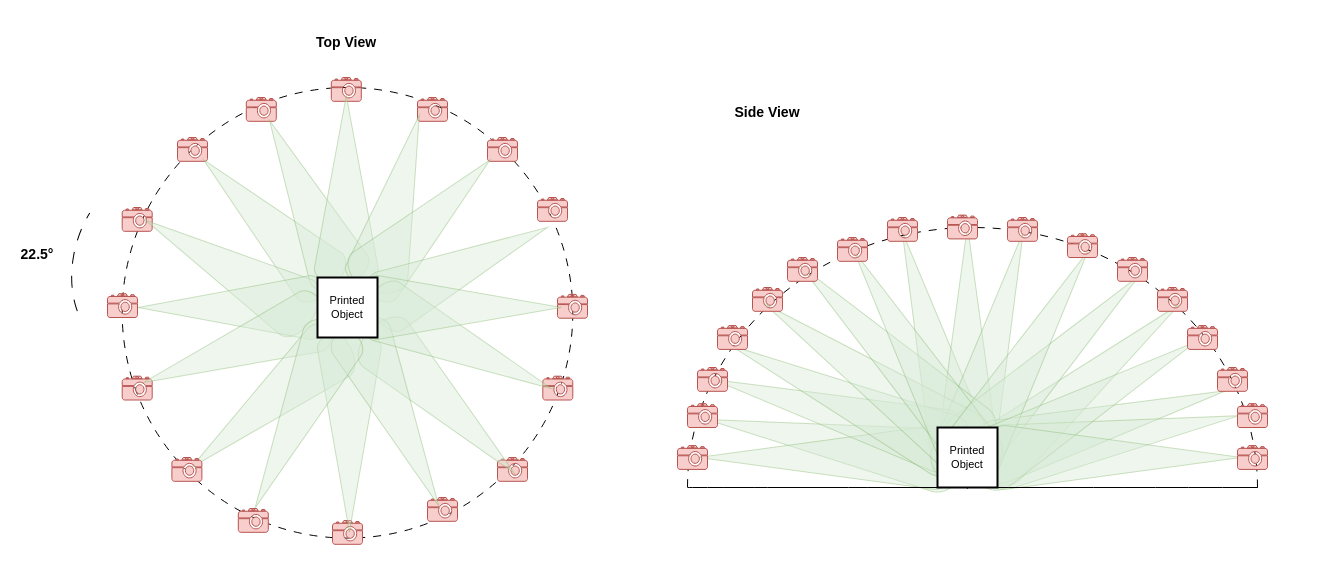
Earlier version of the draw.io diagram CAMERA POSES.drawio (jameswalter12/MEng-Project-). Source tidied: cells renumbered, new cells numbered last; positions are measured from the earlier drawing's top-left corner, leaving out a move shared by most shapes. Both pictures are drawn from the tidied source at 100%, with x=0, y=0 at pixel (17, 27).
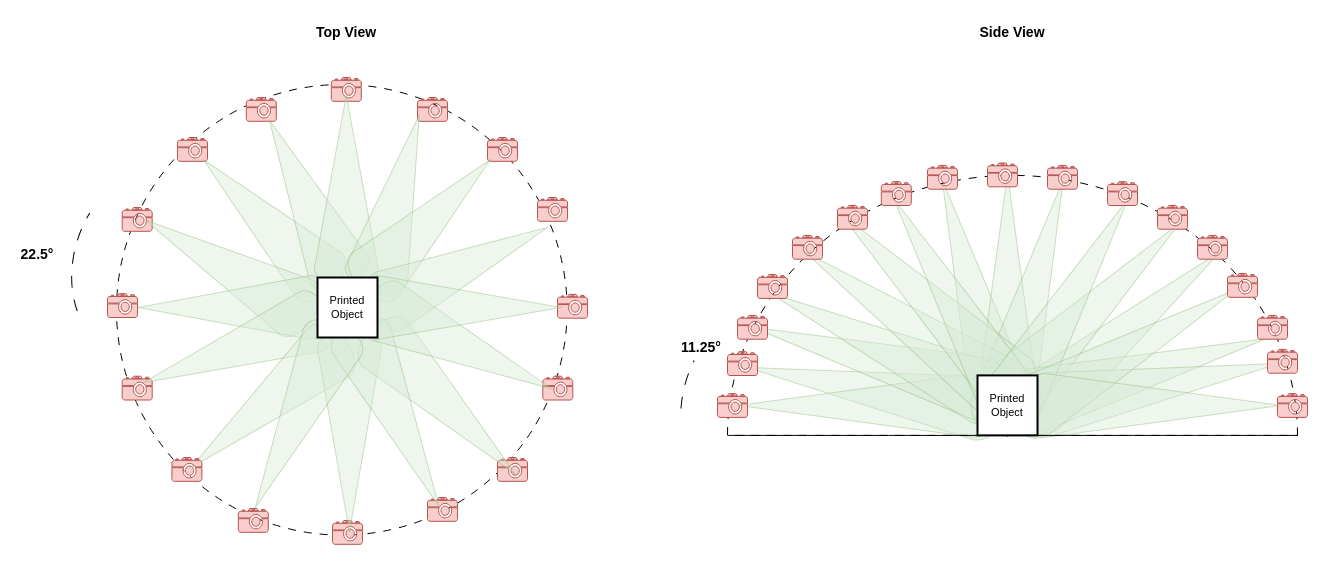
The same page after the edit.

Change to the diagram source:
```diff
@@
-    <mxCell id="2" style="verticalLabelPosition=bottom;verticalAlign=top;html=1;shape=mxgraph.basic.cone2;dx=0.5;dy=0.9;rotation=-80;fillColor=#d5e8d4;strokeColor=#82b366;opacity=40;" parent="1" vertex="1">
-      <mxGeometry x="786.2" y="283.8" width="63.8" height="261.7" as="geometry" />
-    </mxCell>
-    <mxCell id="3" style="verticalLabelPosition=bottom;verticalAlign=top;html=1;shape=mxgraph.basic.cone2;dx=0.5;dy=0.9;rotation=50;fillColor=#d5e8d4;strokeColor=#82b366;opacity=40;" parent="1" vertex="1">
-      <mxGeometry x="1030" y="230" width="63.8" height="261.7" as="geometry" />
-    </mxCell>
-    <mxCell id="4" style="verticalLabelPosition=bottom;verticalAlign=top;html=1;shape=mxgraph.basic.cone2;dx=0.5;dy=0.9;rotation=-15;fillColor=#d5e8d4;strokeColor=#82b366;opacity=40;" parent="1" vertex="1">
-      <mxGeometry x="886.8" y="200" width="63.8" height="261.7" as="geometry" />
-    </mxCell>
-    <mxCell id="5" style="verticalLabelPosition=bottom;verticalAlign=top;html=1;shape=mxgraph.basic.cone2;dx=0.5;dy=0.9;rotation=0;fillColor=#d5e8d4;strokeColor=#82b366;opacity=40;" parent="1" vertex="1">
-      <mxGeometry x="918.1" y="198.3" width="63.8" height="261.7" as="geometry" />
-    </mxCell>
-    <mxCell id="6" style="verticalLabelPosition=bottom;verticalAlign=top;html=1;shape=mxgraph.basic.cone2;dx=0.5;dy=0.9;rotation=-90;fillColor=#d5e8d4;strokeColor=#82b366;opacity=40;" parent="1" vertex="1">
-      <mxGeometry x="780" y="299.1" width="63.8" height="261.7" as="geometry" />
-    </mxCell>
-    <mxCell id="7" style="verticalLabelPosition=bottom;verticalAlign=top;html=1;shape=mxgraph.basic.cone2;dx=0.5;dy=0.9;rotation=-75;fillColor=#d5e8d4;strokeColor=#82b366;opacity=40;" parent="1" vertex="1">
-      <mxGeometry x="790" y="255" width="63.8" height="261.7" as="geometry" />
-    </mxCell>
-    <mxCell id="8" style="verticalLabelPosition=bottom;verticalAlign=top;html=1;shape=mxgraph.basic.cone2;dx=0.5;dy=0.9;rotation=15;fillColor=#d5e8d4;strokeColor=#82b366;opacity=40;" parent="1" vertex="1">
-      <mxGeometry x="940" y="200" width="63.8" height="261.7" as="geometry" />
-    </mxCell>
-    <mxCell id="9" style="verticalLabelPosition=bottom;verticalAlign=top;html=1;shape=mxgraph.basic.cone2;dx=0.5;dy=0.9;rotation=45;fillColor=#d5e8d4;strokeColor=#82b366;opacity=40;" parent="1" vertex="1">
-      <mxGeometry x="997.1" y="210" width="63.8" height="261.7" as="geometry" />
-    </mxCell>
-    <mxCell id="10" style="verticalLabelPosition=bottom;verticalAlign=top;html=1;shape=mxgraph.basic.cone2;dx=0.5;dy=0.9;rotation=75;fillColor=#d5e8d4;strokeColor=#82b366;opacity=40;" parent="1" vertex="1">
-      <mxGeometry x="1050" y="266.3" width="63.8" height="261.7" as="geometry" />
-    </mxCell>
-    <mxCell id="11" style="verticalLabelPosition=bottom;verticalAlign=top;html=1;shape=mxgraph.basic.cone2;dx=0.5;dy=0.9;rotation=80;fillColor=#d5e8d4;strokeColor=#82b366;opacity=40;" parent="1" vertex="1">
-      <mxGeometry x="1060.9" y="280" width="63.8" height="261.7" as="geometry" />
-    </mxCell>
-    <mxCell id="12" style="verticalLabelPosition=bottom;verticalAlign=top;html=1;shape=mxgraph.basic.cone2;dx=0.5;dy=0.9;rotation=-65;fillColor=#d5e8d4;strokeColor=#82b366;opacity=40;" parent="1" vertex="1">
-      <mxGeometry x="800" y="242.5" width="63.8" height="261.7" as="geometry" />
-    </mxCell>
-    <mxCell id="13" style="verticalLabelPosition=bottom;verticalAlign=top;html=1;shape=mxgraph.basic.cone2;dx=0.5;dy=0.9;rotation=-55;fillColor=#d5e8d4;strokeColor=#82b366;opacity=40;" parent="1" vertex="1">
-      <mxGeometry x="823" y="221" width="63.8" height="261.7" as="geometry" />
-    </mxCell>
-    <mxCell id="14" style="verticalLabelPosition=bottom;verticalAlign=top;html=1;shape=mxgraph.basic.cone2;dx=0.5;dy=0.9;rotation=-45;fillColor=#d5e8d4;strokeColor=#82b366;opacity=40;" parent="1" vertex="1">
-      <mxGeometry x="843.7" y="200" width="63.8" height="261.7" as="geometry" />
-    </mxCell>
-    <mxCell id="15" style="verticalLabelPosition=bottom;verticalAlign=top;html=1;shape=mxgraph.basic.cone2;dx=0.5;dy=0.9;rotation=-30;fillColor=#d5e8d4;strokeColor=#82b366;opacity=40;" parent="1" vertex="1">
-      <mxGeometry x="870" y="206.2" width="63.8" height="261.7" as="geometry" />
-    </mxCell>
-    <mxCell id="16" style="verticalLabelPosition=bottom;verticalAlign=top;html=1;shape=mxgraph.basic.cone2;dx=0.5;dy=0.9;rotation=30;fillColor=#d5e8d4;strokeColor=#82b366;opacity=40;" parent="1" vertex="1">
-      <mxGeometry x="973.1" y="206.3" width="63.8" height="261.7" as="geometry" />
-    </mxCell>
-    <mxCell id="17" style="verticalLabelPosition=bottom;verticalAlign=top;html=1;shape=mxgraph.basic.cone2;dx=0.5;dy=0.9;rotation=60;fillColor=#d5e8d4;strokeColor=#82b366;opacity=40;" parent="1" vertex="1">
-      <mxGeometry x="1033.1" y="248.9" width="63.8" height="261.7" as="geometry" />
-    </mxCell>
-    <mxCell id="18" style="verticalLabelPosition=bottom;verticalAlign=top;html=1;shape=mxgraph.basic.half_circle;rotation=-180;fillColor=none;dashed=1;dashPattern=8 8;" parent="1" vertex="1">
-      <mxGeometry x="670" y="200" width="570" height="260" as="geometry" />
-    </mxCell>
-    <mxCell id="19" style="verticalLabelPosition=bottom;verticalAlign=top;html=1;shape=mxgraph.basic.cone2;dx=0.5;dy=0.9;rotation=90;fillColor=#d5e8d4;strokeColor=#82b366;opacity=40;" parent="1" vertex="1">
-      <mxGeometry x="1060.9" y="299.1" width="63.8" height="261.7" as="geometry" />
-    </mxCell>
     <mxCell id="20" value="Side View" style="text;html=1;strokeColor=none;fillColor=none;align=center;verticalAlign=middle;whiteSpace=wrap;rounded=0;fontStyle=1;fontSize=14;" parent="1" vertex="1">
-      <mxGeometry x="650" y="70" width="200" height="30" as="geometry" />
+      <mxGeometry x="895" y="-10" width="200" height="30" as="geometry" />
     </mxCell>
@@
     <mxCell id="22" style="ellipse;whiteSpace=wrap;html=1;fillColor=none;dashed=1;dashPattern=8 8;" parent="1" vertex="1">
-      <mxGeometry x="104.7" y="60" width="450.6" height="450.6" as="geometry" />
+      <mxGeometry x="99" y="57" width="450.6" height="450.6" as="geometry" />
     </mxCell>
     <mxCell id="23" value="Top View" style="text;html=1;strokeColor=none;fillColor=none;align=center;verticalAlign=middle;whiteSpace=wrap;rounded=0;fontStyle=1;fontSize=14;" parent="1" vertex="1">
-      <mxGeometry x="228.8" width="200" height="30" as="geometry" />
+      <mxGeometry x="228.7" y="-10" width="200" height="30" as="geometry" />
     </mxCell>
@@
+    <mxCell id="81" style="group;" parent="1" vertex="1">
+      <mxGeometry x="700" y="135.5" width="590" height="285.2" as="geometry" />
+    </mxCell>
+    <mxCell id="2" style="verticalLabelPosition=bottom;verticalAlign=top;html=1;shape=mxgraph.basic.cone2;dx=0.5;dy=0.9;rotation=-80;fillColor=#d5e8d4;strokeColor=#82b366;opacity=40;" parent="81" vertex="1">
+      <mxGeometry x="126.2" y="96.2" width="63.8" height="261.7" as="geometry" />
+    </mxCell>
+    <mxCell id="3" style="verticalLabelPosition=bottom;verticalAlign=top;html=1;shape=mxgraph.basic.cone2;dx=0.5;dy=0.9;rotation=50;fillColor=#d5e8d4;strokeColor=#82b366;opacity=40;" parent="81" vertex="1">
+      <mxGeometry x="370" y="42.4" width="63.8" height="261.7" as="geometry" />
+    </mxCell>
+    <mxCell id="4" style="verticalLabelPosition=bottom;verticalAlign=top;html=1;shape=mxgraph.basic.cone2;dx=0.5;dy=0.9;rotation=-15;fillColor=#d5e8d4;strokeColor=#82b366;opacity=40;" parent="81" vertex="1">
+      <mxGeometry x="226.7" y="12.4" width="63.8" height="261.7" as="geometry" />
+    </mxCell>
+    <mxCell id="5" style="verticalLabelPosition=bottom;verticalAlign=top;html=1;shape=mxgraph.basic.cone2;dx=0.5;dy=0.9;rotation=0;fillColor=#d5e8d4;strokeColor=#82b366;opacity=40;" parent="81" vertex="1">
+      <mxGeometry x="258.1" y="10.7" width="63.8" height="261.7" as="geometry" />
+    </mxCell>
+    <mxCell id="6" style="verticalLabelPosition=bottom;verticalAlign=top;html=1;shape=mxgraph.basic.cone2;dx=0.5;dy=0.9;rotation=-90;fillColor=#d5e8d4;strokeColor=#82b366;opacity=40;" parent="81" vertex="1">
+      <mxGeometry x="120" y="111.6" width="63.8" height="261.7" as="geometry" />
+    </mxCell>
+    <mxCell id="7" style="verticalLabelPosition=bottom;verticalAlign=top;html=1;shape=mxgraph.basic.cone2;dx=0.5;dy=0.9;rotation=-75;fillColor=#d5e8d4;strokeColor=#82b366;opacity=40;" parent="81" vertex="1">
+      <mxGeometry x="130" y="67.4" width="63.8" height="261.7" as="geometry" />
+    </mxCell>
+    <mxCell id="8" style="verticalLabelPosition=bottom;verticalAlign=top;html=1;shape=mxgraph.basic.cone2;dx=0.5;dy=0.9;rotation=15;fillColor=#d5e8d4;strokeColor=#82b366;opacity=40;" parent="81" vertex="1">
+      <mxGeometry x="280" y="12.4" width="63.8" height="261.7" as="geometry" />
+    </mxCell>
+    <mxCell id="9" style="verticalLabelPosition=bottom;verticalAlign=top;html=1;shape=mxgraph.basic.cone2;dx=0.5;dy=0.9;rotation=45;fillColor=#d5e8d4;strokeColor=#82b366;opacity=40;" parent="81" vertex="1">
+      <mxGeometry x="337.1" y="22.4" width="63.8" height="261.7" as="geometry" />
+    </mxCell>
+    <mxCell id="10" style="verticalLabelPosition=bottom;verticalAlign=top;html=1;shape=mxgraph.basic.cone2;dx=0.5;dy=0.9;rotation=75;fillColor=#d5e8d4;strokeColor=#82b366;opacity=40;" parent="81" vertex="1">
+      <mxGeometry x="390" y="78.7" width="63.8" height="261.7" as="geometry" />
+    </mxCell>
+    <mxCell id="11" style="verticalLabelPosition=bottom;verticalAlign=top;html=1;shape=mxgraph.basic.cone2;dx=0.5;dy=0.9;rotation=80;fillColor=#d5e8d4;strokeColor=#82b366;opacity=40;" parent="81" vertex="1">
+      <mxGeometry x="400.9" y="92.4" width="63.8" height="261.7" as="geometry" />
+    </mxCell>
+    <mxCell id="12" style="verticalLabelPosition=bottom;verticalAlign=top;html=1;shape=mxgraph.basic.cone2;dx=0.5;dy=0.9;rotation=-65;fillColor=#d5e8d4;strokeColor=#82b366;opacity=40;" parent="81" vertex="1">
+      <mxGeometry x="140" y="54.9" width="63.8" height="261.7" as="geometry" />
+    </mxCell>
+    <mxCell id="13" style="verticalLabelPosition=bottom;verticalAlign=top;html=1;shape=mxgraph.basic.cone2;dx=0.5;dy=0.9;rotation=-55;fillColor=#d5e8d4;strokeColor=#82b366;opacity=40;" parent="81" vertex="1">
+      <mxGeometry x="163" y="33.4" width="63.8" height="261.7" as="geometry" />
+    </mxCell>
+    <mxCell id="14" style="verticalLabelPosition=bottom;verticalAlign=top;html=1;shape=mxgraph.basic.cone2;dx=0.5;dy=0.9;rotation=-45;fillColor=#d5e8d4;strokeColor=#82b366;opacity=40;" parent="81" vertex="1">
+      <mxGeometry x="183.7" y="12.4" width="63.8" height="261.7" as="geometry" />
+    </mxCell>
+    <mxCell id="15" style="verticalLabelPosition=bottom;verticalAlign=top;html=1;shape=mxgraph.basic.cone2;dx=0.5;dy=0.9;rotation=-30;fillColor=#d5e8d4;strokeColor=#82b366;opacity=40;" parent="81" vertex="1">
+      <mxGeometry x="210" y="18.7" width="63.8" height="261.7" as="geometry" />
+    </mxCell>
+    <mxCell id="16" style="verticalLabelPosition=bottom;verticalAlign=top;html=1;shape=mxgraph.basic.cone2;dx=0.5;dy=0.9;rotation=30;fillColor=#d5e8d4;strokeColor=#82b366;opacity=40;" parent="81" vertex="1">
+      <mxGeometry x="313.1" y="18.7" width="63.8" height="261.7" as="geometry" />
+    </mxCell>
+    <mxCell id="17" style="verticalLabelPosition=bottom;verticalAlign=top;html=1;shape=mxgraph.basic.cone2;dx=0.5;dy=0.9;rotation=60;fillColor=#d5e8d4;strokeColor=#82b366;opacity=40;" parent="81" vertex="1">
+      <mxGeometry x="373.1" y="61.3" width="63.8" height="261.7" as="geometry" />
+    </mxCell>
+    <mxCell id="18" style="verticalLabelPosition=bottom;verticalAlign=top;html=1;shape=mxgraph.basic.half_circle;rotation=-180;fillColor=none;dashed=1;dashPattern=8 8;" parent="81" vertex="1">
+      <mxGeometry x="10" y="12.4" width="570" height="260" as="geometry" />
+    </mxCell>
+    <mxCell id="19" style="verticalLabelPosition=bottom;verticalAlign=top;html=1;shape=mxgraph.basic.cone2;dx=0.5;dy=0.9;rotation=90;fillColor=#d5e8d4;strokeColor=#82b366;opacity=40;" parent="81" vertex="1">
+      <mxGeometry x="400.9" y="111.6" width="63.8" height="261.7" as="geometry" />
+    </mxCell>
-    <mxCell id="61" value="Printed Object" style="rounded=0;whiteSpace=wrap;html=1;fillColor=#ffffff;strokeColor=#000000;strokeWidth=2;fontSize=11;" parent="1" vertex="1">
-      <mxGeometry x="920" y="400" width="60" height="60" as="geometry" />
+    <mxCell id="61" value="Printed Object" style="rounded=0;whiteSpace=wrap;html=1;fillColor=#ffffff;strokeColor=#000000;strokeWidth=2;fontSize=11;" parent="81" vertex="1">
+      <mxGeometry x="260" y="212.4" width="60" height="60" as="geometry" />
     </mxCell>
-    <mxCell id="62" style="endArrow=none;html=1;rounded=0;curved=1;" parent="1" edge="1">
+    <mxCell id="62" style="endArrow=none;html=1;rounded=0;curved=1;" parent="81" edge="1">
       <mxGeometry relative="1" as="geometry">
-        <mxPoint x="950" y="460" as="sourcePoint" />
-        <mxPoint x="949.8" y="461.3" as="targetPoint" />
+        <mxPoint x="290" y="272.4" as="sourcePoint" />
+        <mxPoint x="289.8" y="273.7" as="targetPoint" />
       </mxGeometry>
     </mxCell>
-    <mxCell id="63" style="endArrow=none;html=1;rounded=0;curved=1;" parent="1" edge="1">
+    <mxCell id="63" style="endArrow=none;html=1;rounded=0;curved=1;" parent="81" edge="1">
       <mxGeometry relative="1" as="geometry">
-        <mxPoint x="670" y="460" as="sourcePoint" />
-        <mxPoint x="1240" y="460" as="targetPoint" />
+        <mxPoint x="10" y="272.4" as="sourcePoint" />
+        <mxPoint x="580" y="272.4" as="targetPoint" />
       </mxGeometry>
     </mxCell>
-    <mxCell id="64" style="shape=mxgraph.signs.tech.camera_2;html=1;fillColor=#f8cecc;strokeColor=#b85450;verticalLabelPosition=bottom;verticalAlign=top;align=center;" parent="1" vertex="1">
-      <mxGeometry x="680" y="340" width="30" height="23.8" as="geometry" />
+    <mxCell id="64" style="shape=mxgraph.signs.tech.camera_2;html=1;fillColor=#f8cecc;strokeColor=#b85450;verticalLabelPosition=bottom;verticalAlign=top;align=center;" parent="81" vertex="1">
+      <mxGeometry x="20" y="152.4" width="30" height="23.8" as="geometry" />
     </mxCell>
-    <mxCell id="65" style="shape=mxgraph.signs.tech.camera_2;html=1;fillColor=#f8cecc;strokeColor=#b85450;verticalLabelPosition=bottom;verticalAlign=top;align=center;" parent="1" vertex="1">
-      <mxGeometry x="735" y="260" width="30" height="23.8" as="geometry" />
+    <mxCell id="65" style="shape=mxgraph.signs.tech.camera_2;html=1;fillColor=#f8cecc;strokeColor=#b85450;verticalLabelPosition=bottom;verticalAlign=top;align=center;" parent="81" vertex="1">
+      <mxGeometry x="75" y="72.4" width="30" height="23.8" as="geometry" />
     </mxCell>
-    <mxCell id="66" style="shape=mxgraph.signs.tech.camera_2;html=1;fillColor=#f8cecc;strokeColor=#b85450;verticalLabelPosition=bottom;verticalAlign=top;align=center;" parent="1" vertex="1">
-      <mxGeometry x="820" y="210" width="30" height="23.8" as="geometry" />
+    <mxCell id="66" style="shape=mxgraph.signs.tech.camera_2;html=1;fillColor=#f8cecc;strokeColor=#b85450;verticalLabelPosition=bottom;verticalAlign=top;align=center;" parent="81" vertex="1">
+      <mxGeometry x="163.8" y="18.7" width="30" height="23.8" as="geometry" />
     </mxCell>
-    <mxCell id="67" style="shape=mxgraph.signs.tech.camera_2;html=1;fillColor=#f8cecc;strokeColor=#b85450;verticalLabelPosition=bottom;verticalAlign=top;align=center;" parent="1" vertex="1">
-      <mxGeometry x="930" y="187.6" width="30" height="23.8" as="geometry" />
+    <mxCell id="67" style="shape=mxgraph.signs.tech.camera_2;html=1;fillColor=#f8cecc;strokeColor=#b85450;verticalLabelPosition=bottom;verticalAlign=top;align=center;" parent="81" vertex="1">
+      <mxGeometry x="270" width="30" height="23.8" as="geometry" />
     </mxCell>
-    <mxCell id="68" style="shape=mxgraph.signs.tech.camera_2;html=1;fillColor=#f8cecc;strokeColor=#b85450;verticalLabelPosition=bottom;verticalAlign=top;align=center;" parent="1" vertex="1">
-      <mxGeometry x="1050" y="206.2" width="30" height="23.8" as="geometry" />
+    <mxCell id="68" style="shape=mxgraph.signs.tech.camera_2;html=1;fillColor=#f8cecc;strokeColor=#b85450;verticalLabelPosition=bottom;verticalAlign=top;align=center;" parent="81" vertex="1">
+      <mxGeometry x="390" y="18.7" width="30" height="23.8" as="geometry" />
     </mxCell>
-    <mxCell id="69" style="shape=mxgraph.signs.tech.camera_2;html=1;fillColor=#f8cecc;strokeColor=#b85450;verticalLabelPosition=bottom;verticalAlign=top;align=center;" parent="1" vertex="1">
-      <mxGeometry x="1140" y="260" width="30" height="23.8" as="geometry" />
+    <mxCell id="69" style="shape=mxgraph.signs.tech.camera_2;html=1;fillColor=#f8cecc;strokeColor=#b85450;verticalLabelPosition=bottom;verticalAlign=top;align=center;" parent="81" vertex="1">
+      <mxGeometry x="480" y="72.4" width="30" height="23.8" as="geometry" />
     </mxCell>
-    <mxCell id="70" style="shape=mxgraph.signs.tech.camera_2;html=1;fillColor=#f8cecc;strokeColor=#b85450;verticalLabelPosition=bottom;verticalAlign=top;align=center;" parent="1" vertex="1">
-      <mxGeometry x="1200" y="340" width="30" height="23.8" as="geometry" />
+    <mxCell id="70" style="shape=mxgraph.signs.tech.camera_2;html=1;fillColor=#f8cecc;strokeColor=#b85450;verticalLabelPosition=bottom;verticalAlign=top;align=center;" parent="81" vertex="1">
+      <mxGeometry x="540" y="152.4" width="30" height="23.8" as="geometry" />
     </mxCell>
-    <mxCell id="71" style="shape=mxgraph.signs.tech.camera_2;html=1;fillColor=#f8cecc;strokeColor=#b85450;verticalLabelPosition=bottom;verticalAlign=top;align=center;" parent="1" vertex="1">
-      <mxGeometry x="660" y="418.1" width="30" height="23.8" as="geometry" />
+    <mxCell id="71" style="shape=mxgraph.signs.tech.camera_2;html=1;fillColor=#f8cecc;strokeColor=#b85450;verticalLabelPosition=bottom;verticalAlign=top;align=center;" parent="81" vertex="1">
+      <mxGeometry y="230.6" width="30" height="23.8" as="geometry" />
     </mxCell>
-    <mxCell id="72" style="shape=mxgraph.signs.tech.camera_2;html=1;fillColor=#f8cecc;strokeColor=#b85450;verticalLabelPosition=bottom;verticalAlign=top;align=center;" parent="1" vertex="1">
-      <mxGeometry x="1220" y="418.1" width="30" height="23.8" as="geometry" />
+    <mxCell id="72" style="shape=mxgraph.signs.tech.camera_2;html=1;fillColor=#f8cecc;strokeColor=#b85450;verticalLabelPosition=bottom;verticalAlign=top;align=center;" parent="81" vertex="1">
+      <mxGeometry x="560" y="230.6" width="30" height="23.8" as="geometry" />
     </mxCell>
-    <mxCell id="73" style="shape=mxgraph.signs.tech.camera_2;html=1;fillColor=#f8cecc;strokeColor=#b85450;verticalLabelPosition=bottom;verticalAlign=top;align=center;" parent="1" vertex="1">
-      <mxGeometry x="670" y="376.2" width="30" height="23.8" as="geometry" />
+    <mxCell id="73" style="shape=mxgraph.signs.tech.camera_2;html=1;fillColor=#f8cecc;strokeColor=#b85450;verticalLabelPosition=bottom;verticalAlign=top;align=center;" parent="81" vertex="1">
+      <mxGeometry x="10" y="188.7" width="30" height="23.8" as="geometry" />
     </mxCell>
-    <mxCell id="74" style="shape=mxgraph.signs.tech.camera_2;html=1;fillColor=#f8cecc;strokeColor=#b85450;verticalLabelPosition=bottom;verticalAlign=top;align=center;" parent="1" vertex="1">
-      <mxGeometry x="700" y="298.1" width="30" height="23.8" as="geometry" />
+    <mxCell id="74" style="shape=mxgraph.signs.tech.camera_2;html=1;fillColor=#f8cecc;strokeColor=#b85450;verticalLabelPosition=bottom;verticalAlign=top;align=center;" parent="81" vertex="1">
+      <mxGeometry x="40" y="111.6" width="30" height="23.8" as="geometry" />
     </mxCell>
-    <mxCell id="75" style="shape=mxgraph.signs.tech.camera_2;html=1;fillColor=#f8cecc;strokeColor=#b85450;verticalLabelPosition=bottom;verticalAlign=top;align=center;" parent="1" vertex="1">
-      <mxGeometry x="770" y="230" width="30" height="23.8" as="geometry" />
+    <mxCell id="75" style="shape=mxgraph.signs.tech.camera_2;html=1;fillColor=#f8cecc;strokeColor=#b85450;verticalLabelPosition=bottom;verticalAlign=top;align=center;" parent="81" vertex="1">
+      <mxGeometry x="120" y="42.4" width="30" height="23.8" as="geometry" />
     </mxCell>
-    <mxCell id="76" style="shape=mxgraph.signs.tech.camera_2;html=1;fillColor=#f8cecc;strokeColor=#b85450;verticalLabelPosition=bottom;verticalAlign=top;align=center;" parent="1" vertex="1">
-      <mxGeometry x="870" y="190" width="30" height="23.8" as="geometry" />
+    <mxCell id="76" style="shape=mxgraph.signs.tech.camera_2;html=1;fillColor=#f8cecc;strokeColor=#b85450;verticalLabelPosition=bottom;verticalAlign=top;align=center;" parent="81" vertex="1">
+      <mxGeometry x="210" y="2.4" width="30" height="23.8" as="geometry" />
     </mxCell>
-    <mxCell id="77" style="shape=mxgraph.signs.tech.camera_2;html=1;fillColor=#f8cecc;strokeColor=#b85450;verticalLabelPosition=bottom;verticalAlign=top;align=center;" parent="1" vertex="1">
-      <mxGeometry x="990" y="190" width="30" height="23.8" as="geometry" />
+    <mxCell id="77" style="shape=mxgraph.signs.tech.camera_2;html=1;fillColor=#f8cecc;strokeColor=#b85450;verticalLabelPosition=bottom;verticalAlign=top;align=center;" parent="81" vertex="1">
+      <mxGeometry x="330" y="2.4" width="30" height="23.8" as="geometry" />
     </mxCell>
-    <mxCell id="78" style="shape=mxgraph.signs.tech.camera_2;html=1;fillColor=#f8cecc;strokeColor=#b85450;verticalLabelPosition=bottom;verticalAlign=top;align=center;" parent="1" vertex="1">
-      <mxGeometry x="1100" y="230" width="30" height="23.8" as="geometry" />
+    <mxCell id="78" style="shape=mxgraph.signs.tech.camera_2;html=1;fillColor=#f8cecc;strokeColor=#b85450;verticalLabelPosition=bottom;verticalAlign=top;align=center;" parent="81" vertex="1">
+      <mxGeometry x="440" y="42.4" width="30" height="23.8" as="geometry" />
     </mxCell>
-    <mxCell id="79" style="shape=mxgraph.signs.tech.camera_2;html=1;fillColor=#f8cecc;strokeColor=#b85450;verticalLabelPosition=bottom;verticalAlign=top;align=center;" parent="1" vertex="1">
-      <mxGeometry x="1170" y="298.1" width="30" height="23.8" as="geometry" />
+    <mxCell id="79" style="shape=mxgraph.signs.tech.camera_2;html=1;fillColor=#f8cecc;strokeColor=#b85450;verticalLabelPosition=bottom;verticalAlign=top;align=center;" parent="81" vertex="1">
+      <mxGeometry x="510" y="110.5" width="30" height="23.8" as="geometry" />
     </mxCell>
-    <mxCell id="80" style="shape=mxgraph.signs.tech.camera_2;html=1;fillColor=#f8cecc;strokeColor=#b85450;verticalLabelPosition=bottom;verticalAlign=top;align=center;" parent="1" vertex="1">
-      <mxGeometry x="1220" y="376.2" width="30" height="23.8" as="geometry" />
+    <mxCell id="80" style="shape=mxgraph.signs.tech.camera_2;html=1;fillColor=#f8cecc;strokeColor=#b85450;verticalLabelPosition=bottom;verticalAlign=top;align=center;" parent="81" vertex="1">
+      <mxGeometry x="550" y="186.4" width="30" height="23.8" as="geometry" />
     </mxCell>
+    <mxCell id="82" style="shape=mxgraph.basic.arc;html=1;startAngle=0.9571606630035037;endAngle=0.046386789538871175;endArrow=classic;endFill=1;rotation=-75;dashed=1;dashPattern=12 12;" parent="1" vertex="1">
+      <mxGeometry x="639" y="310" width="180" height="127.5" as="geometry" />
+    </mxCell>
+    <mxCell id="83" value="11.25°" style="text;html=1;strokeColor=none;fillColor=none;align=center;verticalAlign=middle;whiteSpace=wrap;rounded=0;fontStyle=1;fontSize=14;" parent="1" vertex="1">
+      <mxGeometry x="664" y="304" width="40" height="31.2" as="geometry" />
+    </mxCell>
```
